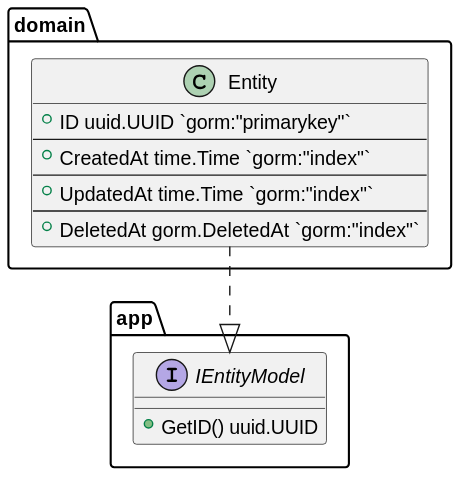
Above: docs/plantuml/entities/Entity.svg in lf-edge/rol (PlantUML), before the change.
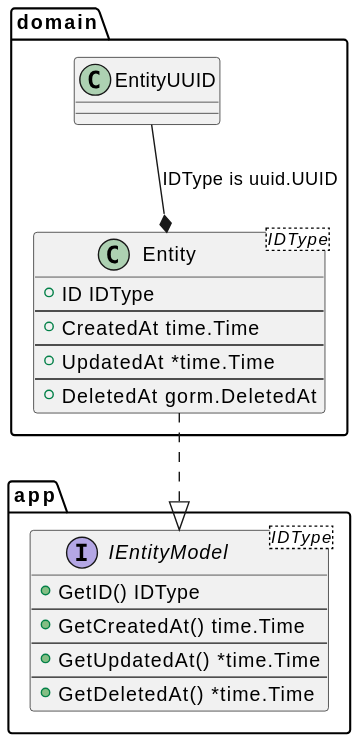
The same file after the commit.

What changed in the source:
```diff
@@ -3,14 +3,17 @@
 !include ../interfaces/IEntityModel.puml
 
 package domain {
-    class Entity {
-        +ID uuid.UUID `gorm:"primarykey"`
+    class EntityUUID {
+    }
+    EntityUUID --* Entity : IDType is uuid.UUID
+    class Entity<IDType> {
+        +ID IDType
         --
-        +CreatedAt time.Time `gorm:"index"`
+        +CreatedAt time.Time
         --
-        +UpdatedAt time.Time `gorm:"index"`
+        +UpdatedAt *time.Time
         --
-        +DeletedAt gorm.DeletedAt `gorm:"index"`
+        +DeletedAt gorm.DeletedAt
     }
     Entity .down.|> IEntityModel
 }
```
